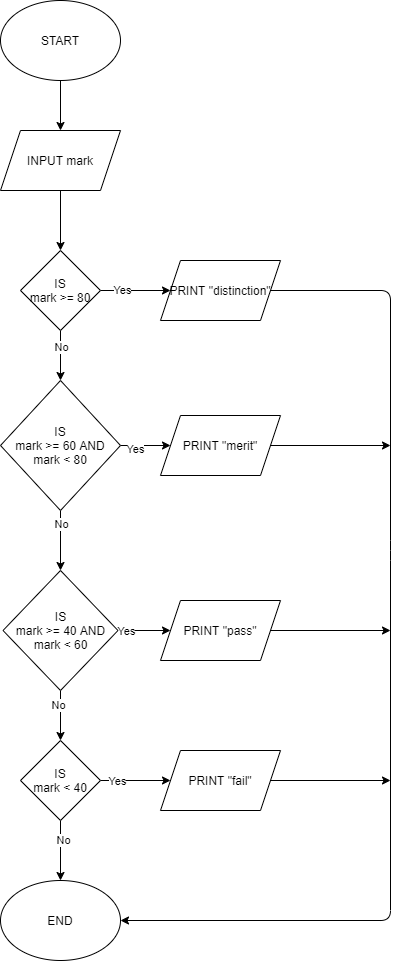
Above: flowcharts/grade-distribution.drawio.png in Ahens-An-Initiative-to-Initial/Algorithms-Flowcharts (draw.io), before the change. Source tidied: cells renumbered, new cells last; positions are measured from the earlier drawing's top-left corner, leaving out a move shared by most shapes.
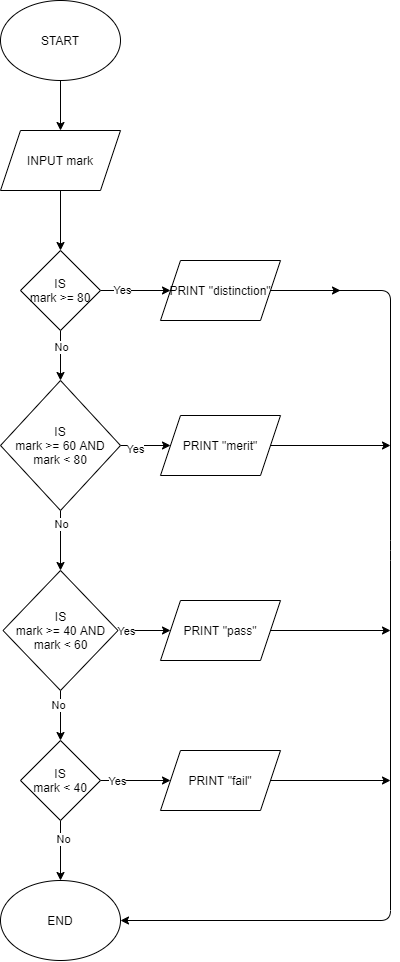
The same diagram one commit later.

What changed in the source:
```diff
@@ -113,5 +113,10 @@
     <mxCell id="34" value="END" style="ellipse;whiteSpace=wrap;html=1;" parent="1" vertex="1">
       <mxGeometry y="880" width="120" height="80" as="geometry" />
     </mxCell>
+    <mxCell id="35" style="endArrow=classic;html=1;exitX=1;exitY=0.5;exitDx=0;exitDy=0;" parent="1" edge="1" source="12">
+      <mxGeometry relative="1" as="geometry">
+        <mxPoint x="340" y="290" as="targetPoint" />
+      </mxGeometry>
+    </mxCell>
   </root>
 </mxGraphModel>
```
